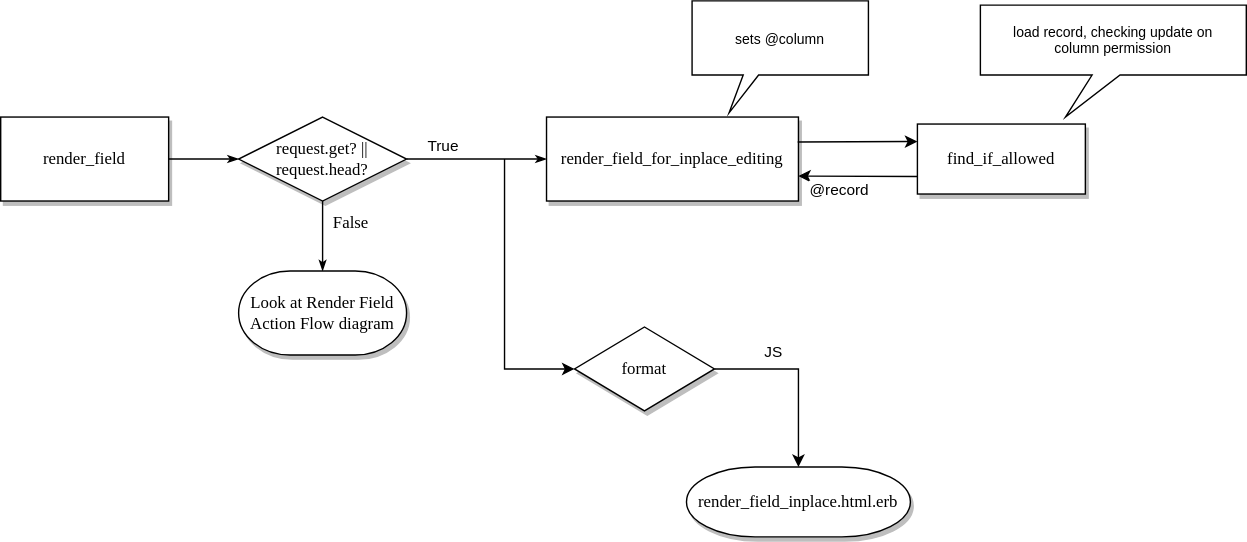
This is diagrams/render_field_get.drawio.svg from activescaffold/active_scaffold, a draw.io export, as it was before one commit. Source tidied: cells renumbered, new cells last; positions are measured from the earlier drawing's top-left corner, leaving out a move shared by most shapes.
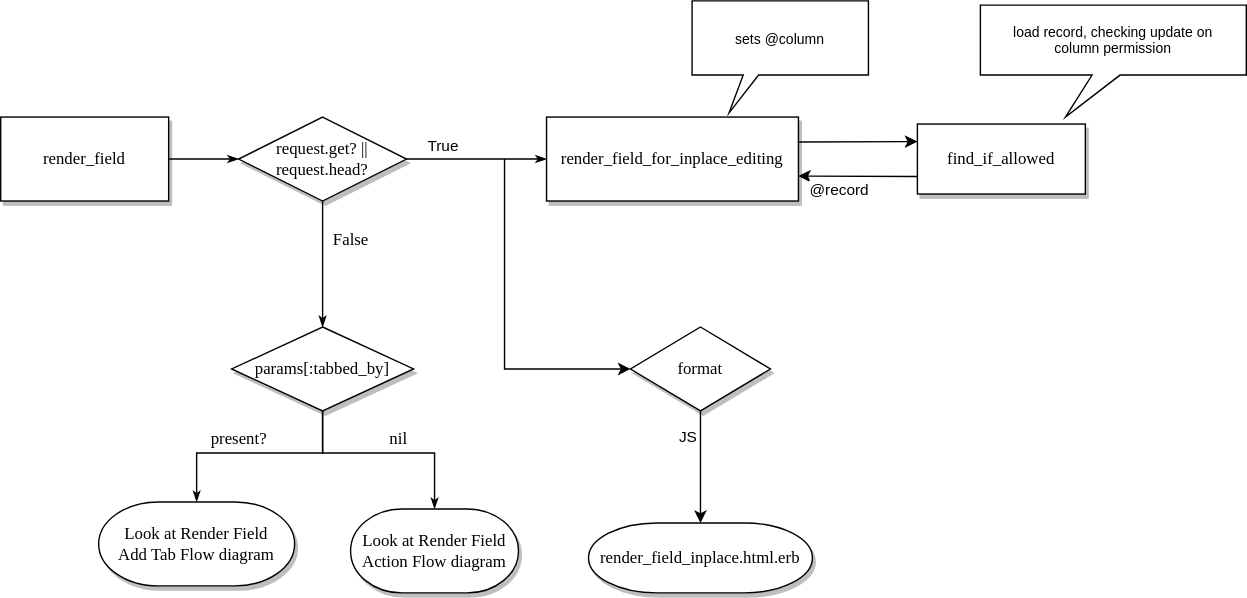
The same diagram one commit later.

Commit message:
diagram for render_field (POST) and start with render_field (GET with tabbed_by)

What changed in the source:
```diff
@@ -16,13 +16,13 @@
     <mxCell id="5" value="render_field_for_inplace_editing" style="rounded=0;whiteSpace=wrap;html=1;shadow=1;labelBackgroundColor=none;strokeWidth=1;fontFamily=Verdana;fontSize=12;align=center;" parent="1" vertex="1">
       <mxGeometry x="390" y="83" width="180" height="60" as="geometry" />
     </mxCell>
-    <mxCell id="6" value="False" style="edgeStyle=orthogonalEdgeStyle;rounded=0;html=1;labelBackgroundColor=none;startSize=5;endArrow=classicThin;endFill=1;endSize=5;jettySize=auto;strokeWidth=1;fontFamily=Verdana;fontSize=12;entryX=0.5;entryY=0;entryDx=0;entryDy=0;entryPerimeter=0;" parent="1" edge="1" source="7" target="12">
+    <mxCell id="6" value="False" style="edgeStyle=orthogonalEdgeStyle;rounded=0;html=1;labelBackgroundColor=none;startSize=5;endArrow=classicThin;endFill=1;endSize=5;jettySize=auto;strokeWidth=1;fontFamily=Verdana;fontSize=12;entryX=0.5;entryY=0;entryDx=0;entryDy=0;" parent="1" edge="1" source="7" target="22">
       <mxGeometry x="-0.38" y="20" relative="1" as="geometry" />
     </mxCell>
     <mxCell id="7" value="request.get? ||&lt;br&gt;request.head?" style="rhombus;whiteSpace=wrap;html=1;rounded=0;shadow=1;labelBackgroundColor=none;strokeWidth=1;fontFamily=Verdana;fontSize=12;align=center;" parent="1" vertex="1">
       <mxGeometry x="170" y="83" width="120" height="60" as="geometry" />
     </mxCell>
-    <mxCell id="8" style="edgeStyle=orthogonalEdgeStyle;rounded=0;jettySize=auto;html=1;exitX=1;exitY=0.5;exitDx=0;exitDy=0;entryX=0.5;entryY=0;entryDx=0;entryDy=0;entryPerimeter=0;" parent="1" edge="1" source="10" target="14">
+    <mxCell id="8" style="edgeStyle=orthogonalEdgeStyle;rounded=0;jettySize=auto;html=1;exitX=0.5;exitY=1;exitDx=0;exitDy=0;entryX=0.5;entryY=0;entryDx=0;entryDy=0;entryPerimeter=0;" parent="1" edge="1" source="10" target="14">
       <mxGeometry relative="1" as="geometry" />
     </mxCell>
     <mxCell id="9" value="JS" style="edgeLabel;html=1;align=center;verticalAlign=middle;" parent="8" vertex="1">
@@ -31,13 +31,13 @@
       </mxGeometry>
     </mxCell>
     <mxCell id="10" value="format" style="rhombus;whiteSpace=wrap;html=1;rounded=0;shadow=1;labelBackgroundColor=none;strokeWidth=1;fontFamily=Verdana;fontSize=12;align=center;" parent="1" vertex="1">
-      <mxGeometry x="410" y="233" width="100" height="60" as="geometry" />
+      <mxGeometry x="450" y="233" width="100" height="60" as="geometry" />
     </mxCell>
     <mxCell id="11" value="render_field" style="rounded=0;whiteSpace=wrap;html=1;shadow=1;labelBackgroundColor=none;strokeWidth=1;fontFamily=Verdana;fontSize=12;align=center;" parent="1" vertex="1">
       <mxGeometry y="83" width="120" height="60" as="geometry" />
     </mxCell>
     <mxCell id="12" value="Look at Render Field&lt;br&gt;Action Flow diagram" style="strokeWidth=1;html=1;shape=mxgraph.flowchart.terminator;whiteSpace=wrap;rounded=0;shadow=1;strokeColor=default;align=center;verticalAlign=middle;fontFamily=Verdana;fontSize=12;fontColor=default;labelBackgroundColor=none;fillColor=default;" parent="1" vertex="1">
-      <mxGeometry x="170" y="193" width="120" height="60" as="geometry" />
+      <mxGeometry x="250" y="363" width="120" height="60" as="geometry" />
     </mxCell>
     <mxCell id="13" style="edgeStyle=orthogonalEdgeStyle;rounded=0;jettySize=auto;html=1;" parent="1" edge="1" target="10">
       <mxGeometry relative="1" as="geometry">
@@ -49,7 +49,7 @@
       </mxGeometry>
     </mxCell>
     <mxCell id="14" value="render_field_inplace.html.erb" style="strokeWidth=1;html=1;shape=mxgraph.flowchart.terminator;whiteSpace=wrap;rounded=0;shadow=1;labelBackgroundColor=none;fontFamily=Verdana;fontSize=12;align=center;" parent="1" vertex="1">
-      <mxGeometry x="490" y="333" width="160" height="50" as="geometry" />
+      <mxGeometry x="420" y="373" width="160" height="50" as="geometry" />
     </mxCell>
     <mxCell id="15" value="sets @column" style="shape=callout;whiteSpace=wrap;html=1;perimeter=calloutPerimeter;size=27;position=0.29;position2=0.21;fontSize=10;base=11;" parent="1" vertex="1">
       <mxGeometry x="494" width="126" height="80" as="geometry" />
@@ -69,5 +69,27 @@
     <mxCell id="20" value="load record, checking update on&lt;br&gt;column permission" style="shape=callout;whiteSpace=wrap;html=1;perimeter=calloutPerimeter;size=30;position=0.42;position2=0.32;fontSize=10;" parent="1" vertex="1">
       <mxGeometry x="700" y="3" width="190" height="80" as="geometry" />
     </mxCell>
+    <mxCell id="21" value="present?" style="edgeStyle=orthogonalEdgeStyle;rounded=0;html=1;labelBackgroundColor=none;startSize=5;endArrow=classicThin;endFill=1;endSize=5;jettySize=auto;strokeWidth=1;fontFamily=Verdana;fontSize=12;" parent="1" edge="1" source="22" target="23">
+      <mxGeometry x="0.16" y="-10" relative="1" as="geometry">
+        <Array as="points">
+          <mxPoint x="230" y="323" />
+          <mxPoint x="140" y="323" />
+        </Array>
+      </mxGeometry>
+    </mxCell>
+    <mxCell id="22" value="params[:tabbed_by]" style="rhombus;whiteSpace=wrap;html=1;rounded=0;shadow=1;labelBackgroundColor=none;strokeWidth=1;fontFamily=Verdana;fontSize=12;align=center;" parent="1" vertex="1">
+      <mxGeometry x="165" y="233" width="130" height="60" as="geometry" />
+    </mxCell>
+    <mxCell id="23" value="Look at Render Field&lt;br&gt;Add Tab Flow diagram" style="strokeWidth=1;html=1;shape=mxgraph.flowchart.terminator;whiteSpace=wrap;rounded=0;shadow=1;strokeColor=default;align=center;verticalAlign=middle;fontFamily=Verdana;fontSize=12;fontColor=default;labelBackgroundColor=none;fillColor=default;" parent="1" vertex="1">
+      <mxGeometry x="70" y="358" width="140" height="60" as="geometry" />
+    </mxCell>
+    <mxCell id="24" value="nil" style="edgeStyle=orthogonalEdgeStyle;rounded=0;html=1;labelBackgroundColor=none;startSize=5;endArrow=classicThin;endFill=1;endSize=5;jettySize=auto;strokeWidth=1;fontFamily=Verdana;fontSize=12;entryX=0.5;entryY=0;entryDx=0;entryDy=0;entryPerimeter=0;exitX=0.5;exitY=1;exitDx=0;exitDy=0;" parent="1" edge="1" source="22" target="12">
+      <mxGeometry x="0.12" y="10" relative="1" as="geometry">
+        <Array as="points">
+          <mxPoint x="230" y="323" />
+          <mxPoint x="310" y="323" />
+        </Array>
+      </mxGeometry>
+    </mxCell>
   </root>
 </mxGraphModel>
```
